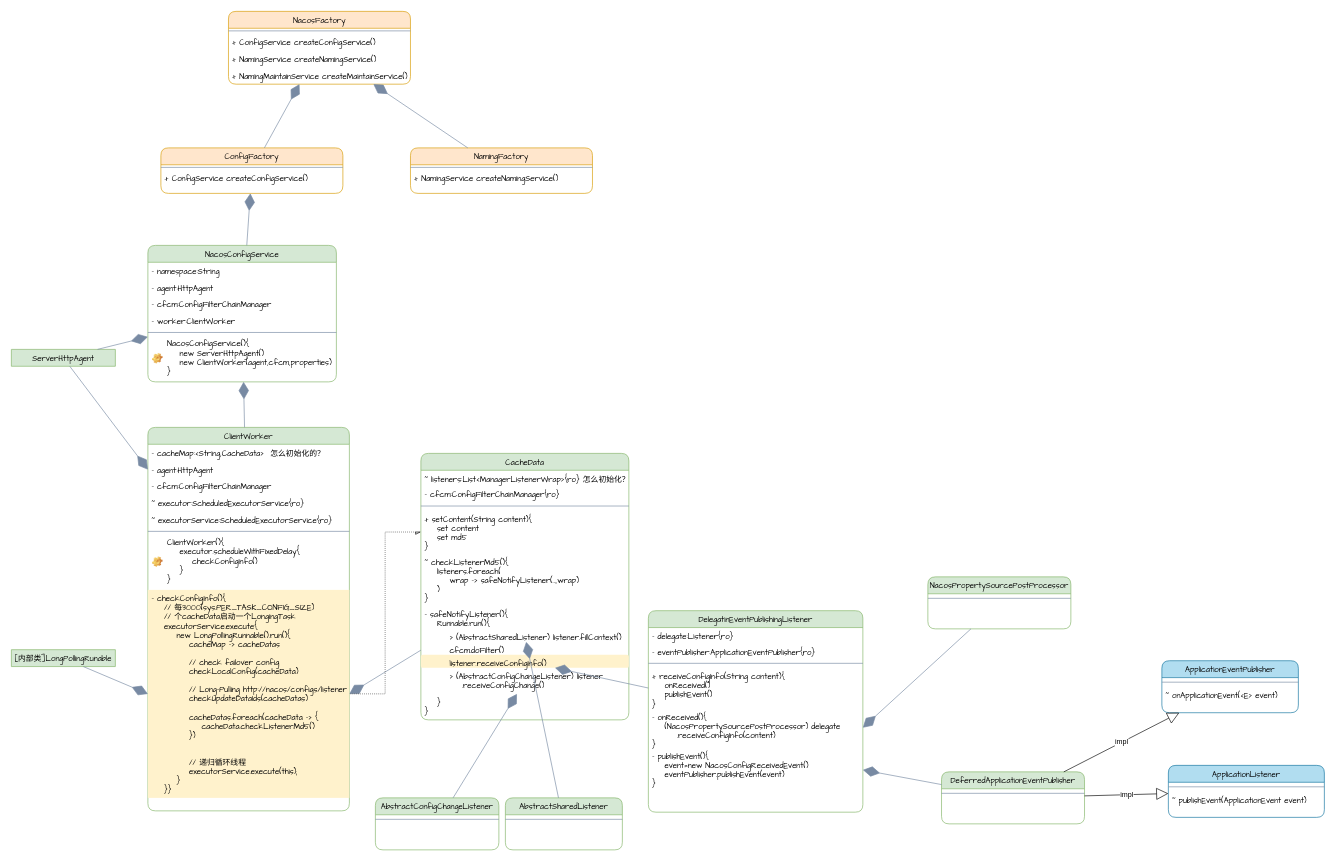
Above: page "Nacos类图梳理" (2 of 2) of diagrams.net/Nacos架构梳理.drawio in ZhengweiHou/simplegit (draw.io), before the change. Source tidied: cells renumbered, new cells numbered last; positions are measured from the earlier drawing's top-left corner, leaving out a move shared by most shapes. Both pictures are drawn from the tidied source at 65%, with x=0, y=0 at pixel (11, 11).
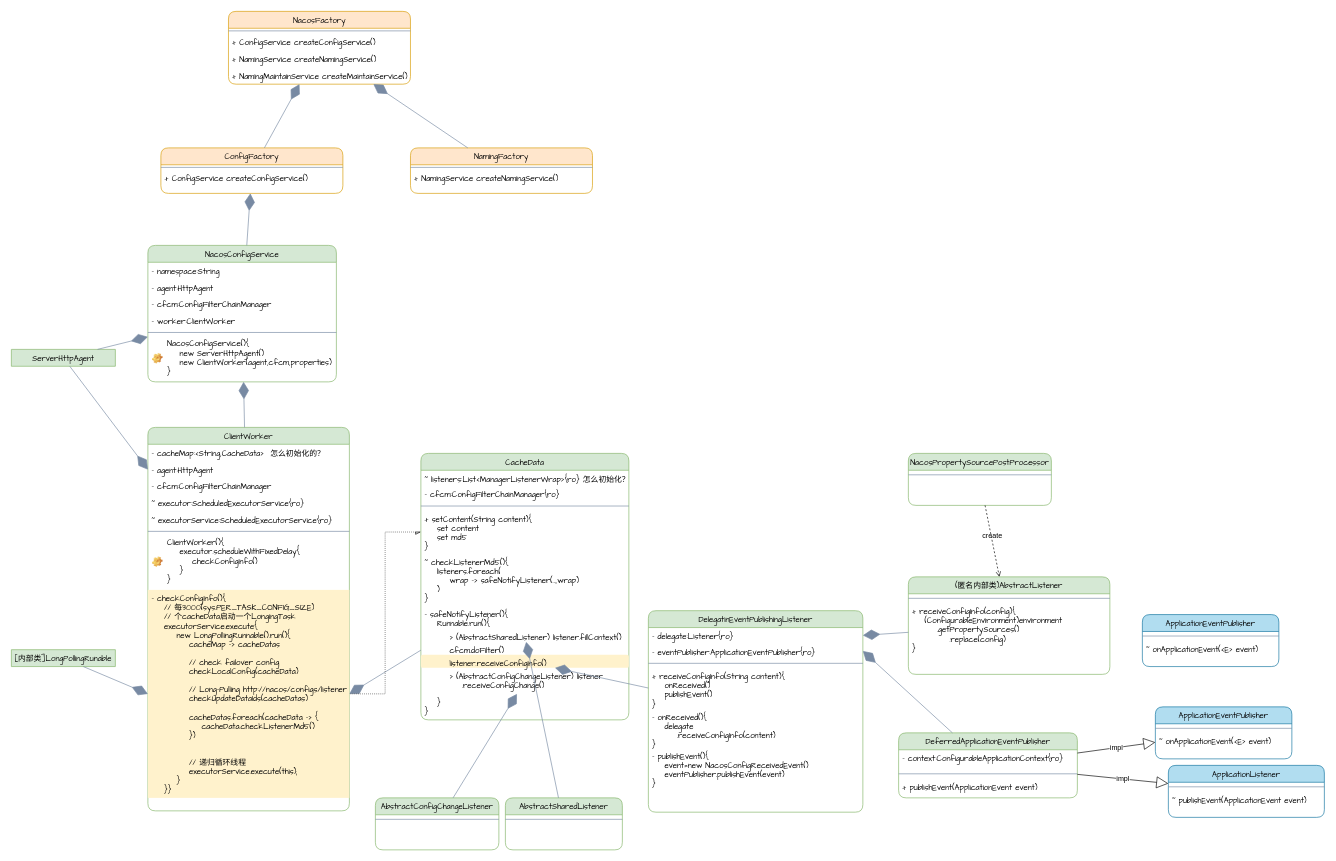
The same page after the edit.

Unchanged cells that the change refers to:
```xml
<mxCell id="51" value="DelegatinEventPublishingListener" style="swimlane;fontStyle=0;align=center;verticalAlign=top;horizontal=1;startSize=26;shadow=0;strokeWidth=1;fillColor=#d5e8d4;strokeColor=#82b366;fontFamily=Comic Sans MS;fontColor=#000000;rounded=1;sketch=0;" parent="1" vertex="1">
  <mxGeometry x="980" y="922" width="330" height="310" as="geometry" />
</mxCell>
<mxCell id="52" value="- delegate:Listener{ro}" style="text;strokeColor=none;fillColor=none;align=left;verticalAlign=top;spacingLeft=4;spacingRight=4;overflow=hidden;points=[[0,0.5],[1,0.5]];portConstraint=eastwest;rounded=1;sketch=0;fontFamily=Comic Sans MS;fontColor=#000000;" parent="51" vertex="1">
  <mxGeometry y="26" width="330" height="24" as="geometry" />
</mxCell>
<mxCell id="53" value="- eventPublisher:ApplicationEventPublisher{ro}" style="text;strokeColor=none;fillColor=none;align=left;verticalAlign=top;spacingLeft=4;spacingRight=4;overflow=hidden;points=[[0,0.5],[1,0.5]];portConstraint=eastwest;rounded=1;sketch=0;fontFamily=Comic Sans MS;fontColor=#000000;" parent="51" vertex="1">
  <mxGeometry y="50" width="330" height="24" as="geometry" />
</mxCell>
<mxCell id="57" value="- publishEvent(){&#10;    event=new NacosConfigReceivedEvent()&#10;    eventPublisher.publishEvent(event)&#10;}" style="text;strokeColor=none;fillColor=none;align=left;verticalAlign=top;spacingLeft=4;spacingRight=4;overflow=hidden;points=[[0,0.5],[1,0.5]];portConstraint=eastwest;rounded=1;sketch=0;fontFamily=Comic Sans MS;fontColor=#000000;" parent="51" vertex="1">
  <mxGeometry y="210" width="330" height="70" as="geometry" />
</mxCell>
```

Diff of the diagram source:
```diff
@@
-    <mxCell id="56" value="- onReceived(){&#10;    (NacosPropertySourcePostProcessor) delegate&#10;        .receiveConfigInfo(content)&#10;}" style="text;strokeColor=none;fillColor=none;align=left;verticalAlign=top;spacingLeft=4;spacingRight=4;overflow=hidden;points=[[0,0.5],[1,0.5]];portConstraint=eastwest;rounded=1;sketch=0;fontFamily=Comic Sans MS;fontColor=#000000;" parent="51" vertex="1">
+    <mxCell id="56" value="- onReceived(){&#10;    delegate&#10;        .receiveConfigInfo(content)&#10;}" style="text;strokeColor=none;fillColor=none;align=left;verticalAlign=top;spacingLeft=4;spacingRight=4;overflow=hidden;points=[[0,0.5],[1,0.5]];portConstraint=eastwest;rounded=1;sketch=0;fontFamily=Comic Sans MS;fontColor=#000000;" parent="51" vertex="1">
       <mxGeometry y="150" width="330" height="60" as="geometry" />
     </mxCell>
@@
     <mxCell id="66" value="ApplicationEventPublisher" style="swimlane;fontStyle=0;align=center;verticalAlign=top;horizontal=1;startSize=26;shadow=0;strokeWidth=1;fillColor=#b1ddf0;strokeColor=#10739e;fontFamily=Comic Sans MS;rounded=1;sketch=0;" parent="1" vertex="1">
-      <mxGeometry x="1770" y="999" width="210" height="80" as="geometry" />
+      <mxGeometry x="1760" y="1070" width="210" height="80" as="geometry" />
     </mxCell>
@@
     <mxCell id="69" value="DeferredApplicationEventPublisher" style="swimlane;fontStyle=0;align=center;verticalAlign=top;horizontal=1;startSize=26;shadow=0;strokeWidth=1;fillColor=#d5e8d4;strokeColor=#82b366;fontFamily=Comic Sans MS;fontColor=#000000;rounded=1;sketch=0;" parent="1" vertex="1">
-      <mxGeometry x="1431" y="1170" width="220" height="80" as="geometry" />
+      <mxGeometry x="1365" y="1110" width="275" height="100" as="geometry" />
     </mxCell>
+    <mxCell id="80" value="- context:ConfigurableApplicationContext{ro}" style="text;strokeColor=none;fillColor=none;align=left;verticalAlign=top;spacingLeft=4;spacingRight=4;overflow=hidden;rounded=1;sketch=0;fontFamily=Comic Sans MS;fontColor=#000000;" parent="69" vertex="1">
+      <mxGeometry y="26" width="275" height="30" as="geometry" />
+    </mxCell>
     <mxCell id="70" style="line;strokeWidth=1;fillColor=none;align=left;verticalAlign=middle;spacingTop=-1;spacingLeft=3;spacingRight=3;labelPosition=right;fontColor=#000000;fontFamily=Comic Sans MS;strokeColor=#788AA3;rounded=1;sketch=0;fontStyle=0;" parent="69" vertex="1">
-      <mxGeometry y="26" width="220" height="14" as="geometry" />
+      <mxGeometry y="56" width="275" height="14" as="geometry" />
     </mxCell>
+    <mxCell id="81" value="+ publishEvent(ApplicationEvent event)" style="text;strokeColor=none;fillColor=none;align=left;verticalAlign=top;spacingLeft=4;spacingRight=4;overflow=hidden;rounded=1;sketch=0;fontFamily=Comic Sans MS;fontColor=#000000;" parent="69" vertex="1">
+      <mxGeometry y="70" width="275" height="30" as="geometry" />
+    </mxCell>
@@
-    <mxCell id="72" style="endArrow=diamondThin;endFill=1;endSize=24;html=1;fontColor=#000000;strokeColor=#788AA3;fillColor=#B2C9AB;fontFamily=Comic Sans MS;sketch=0;fontStyle=0;entryX=1;entryY=0.5;entryDx=0;entryDy=0;" parent="1" edge="1" source="69" target="57">
+    <mxCell id="72" style="endArrow=diamondThin;endFill=1;endSize=24;html=1;fontColor=#000000;strokeColor=#788AA3;fillColor=#B2C9AB;fontFamily=Comic Sans MS;sketch=0;fontStyle=0;entryX=1;entryY=0.5;entryDx=0;entryDy=0;" parent="1" edge="1" source="69" target="53">
       <mxGeometry relative="1" as="geometry" />
     </mxCell>
@@
-    <mxCell id="77" value="NacosPropertySourcePostProcessor" style="swimlane;fontStyle=0;align=center;verticalAlign=top;horizontal=1;startSize=26;shadow=0;strokeWidth=1;fillColor=#d5e8d4;strokeColor=#82b366;fontFamily=Comic Sans MS;fontColor=#000000;rounded=1;sketch=0;" parent="1" vertex="1">
-      <mxGeometry x="1410" y="870" width="220" height="80" as="geometry" />
+    <mxCell id="77" value="(匿名内部类)AbstractListener" style="swimlane;fontStyle=0;align=center;verticalAlign=top;horizontal=1;startSize=26;shadow=0;strokeWidth=1;fillColor=#d5e8d4;strokeColor=#82b366;fontFamily=Comic Sans MS;fontColor=#000000;rounded=1;sketch=0;" parent="1" vertex="1">
+      <mxGeometry x="1380" y="870" width="310" height="150" as="geometry" />
     </mxCell>
     <mxCell id="78" style="line;strokeWidth=1;fillColor=none;align=left;verticalAlign=middle;spacingTop=-1;spacingLeft=3;spacingRight=3;labelPosition=right;fontColor=#000000;fontFamily=Comic Sans MS;strokeColor=#788AA3;rounded=1;sketch=0;fontStyle=0;" parent="77" vertex="1">
-      <mxGeometry y="26" width="220" height="14" as="geometry" />
+      <mxGeometry y="26" width="310" height="14" as="geometry" />
     </mxCell>
+    <mxCell id="82" value="+ receiveConfigInfo(config){&#10;    (ConfigurableEnvironment)environment&#10;        .getPropertySources()&#10;            .replace(config)&#10;}" style="text;strokeColor=none;fillColor=none;align=left;verticalAlign=top;spacingLeft=4;spacingRight=4;overflow=hidden;rounded=1;sketch=0;fontFamily=Comic Sans MS;fontColor=#000000;" parent="77" vertex="1">
+      <mxGeometry y="40" width="310" height="80" as="geometry" />
+    </mxCell>
-    <mxCell id="79" style="endArrow=diamondThin;endFill=1;endSize=24;html=1;fontColor=#000000;strokeColor=#788AA3;fillColor=#B2C9AB;fontFamily=Comic Sans MS;sketch=0;fontStyle=0;entryX=1;entryY=0.5;entryDx=0;entryDy=0;" parent="1" edge="1" source="77" target="56">
+    <mxCell id="79" style="endArrow=diamondThin;endFill=1;endSize=24;html=1;fontColor=#000000;strokeColor=#788AA3;fillColor=#B2C9AB;fontFamily=Comic Sans MS;sketch=0;fontStyle=0;entryX=1;entryY=0.5;entryDx=0;entryDy=0;" parent="1" edge="1" source="77" target="52">
       <mxGeometry relative="1" as="geometry" />
     </mxCell>
+    <mxCell id="83" value="NacosPropertySourcePostProcessor" style="swimlane;fontStyle=0;align=center;verticalAlign=top;horizontal=1;startSize=26;shadow=0;strokeWidth=1;fillColor=#d5e8d4;strokeColor=#82b366;fontFamily=Comic Sans MS;fontColor=#000000;rounded=1;sketch=0;" parent="1" vertex="1">
+      <mxGeometry x="1380" y="680" width="220" height="80" as="geometry" />
+    </mxCell>
+    <mxCell id="84" style="line;strokeWidth=1;fillColor=none;align=left;verticalAlign=middle;spacingTop=-1;spacingLeft=3;spacingRight=3;labelPosition=right;fontColor=#000000;fontFamily=Comic Sans MS;strokeColor=#788AA3;rounded=1;sketch=0;fontStyle=0;" parent="83" vertex="1">
+      <mxGeometry y="26" width="220" height="14" as="geometry" />
+    </mxCell>
+    <mxCell id="85" value="ApplicationEventPublisher" style="swimlane;fontStyle=0;align=center;verticalAlign=top;horizontal=1;startSize=26;shadow=0;strokeWidth=1;fillColor=#b1ddf0;strokeColor=#10739e;fontFamily=Comic Sans MS;rounded=1;sketch=0;" parent="1" vertex="1">
+      <mxGeometry x="1740" y="928" width="210" height="80" as="geometry" />
+    </mxCell>
+    <mxCell id="86" style="line;strokeWidth=1;fillColor=none;align=left;verticalAlign=middle;spacingTop=-1;spacingLeft=3;spacingRight=3;labelPosition=right;fontColor=#000000;fontFamily=Comic Sans MS;strokeColor=#788AA3;rounded=1;sketch=0;fontStyle=0;" parent="85" vertex="1">
+      <mxGeometry y="26" width="210" height="14" as="geometry" />
+    </mxCell>
+    <mxCell id="87" value="~ onApplicationEvent(&lt;E&gt; event)" style="text;strokeColor=none;fillColor=none;align=left;verticalAlign=top;spacingLeft=4;spacingRight=4;overflow=hidden;rounded=1;sketch=0;fontFamily=Comic Sans MS;fontColor=#000000;" parent="85" vertex="1">
+      <mxGeometry y="40" width="210" height="30" as="geometry" />
+    </mxCell>
+    <mxCell id="88" value="create" style="html=1;verticalAlign=bottom;labelBackgroundColor=none;endArrow=open;endFill=0;dashed=1;rounded=0;" parent="1" edge="1" source="83" target="77">
+      <mxGeometry relative="1" as="geometry" />
+    </mxCell>
```
